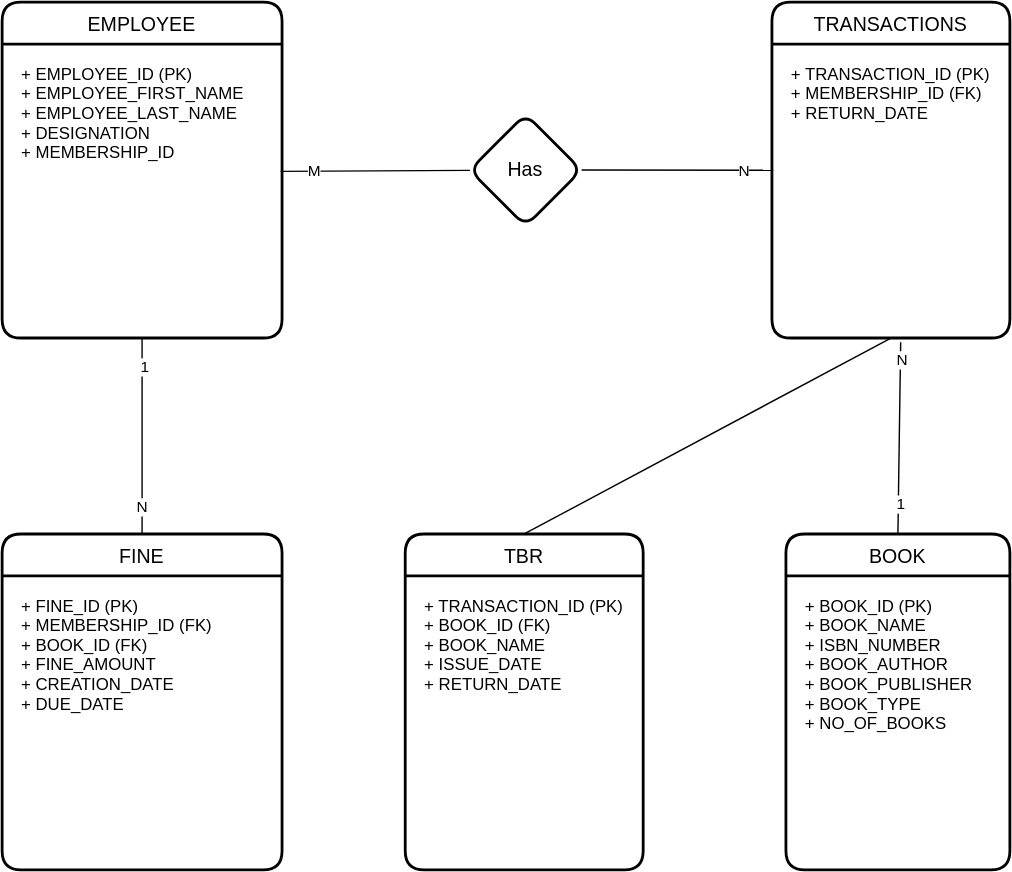
basit-budroo/library-management-system keeps this draw.io diagram as diagrams/Database Design.drawio.svg. Above is the earlier version. Source tidied: cells renumbered, new cells last; positions are measured from the earlier drawing's top-left corner, leaving out a move shared by most shapes.
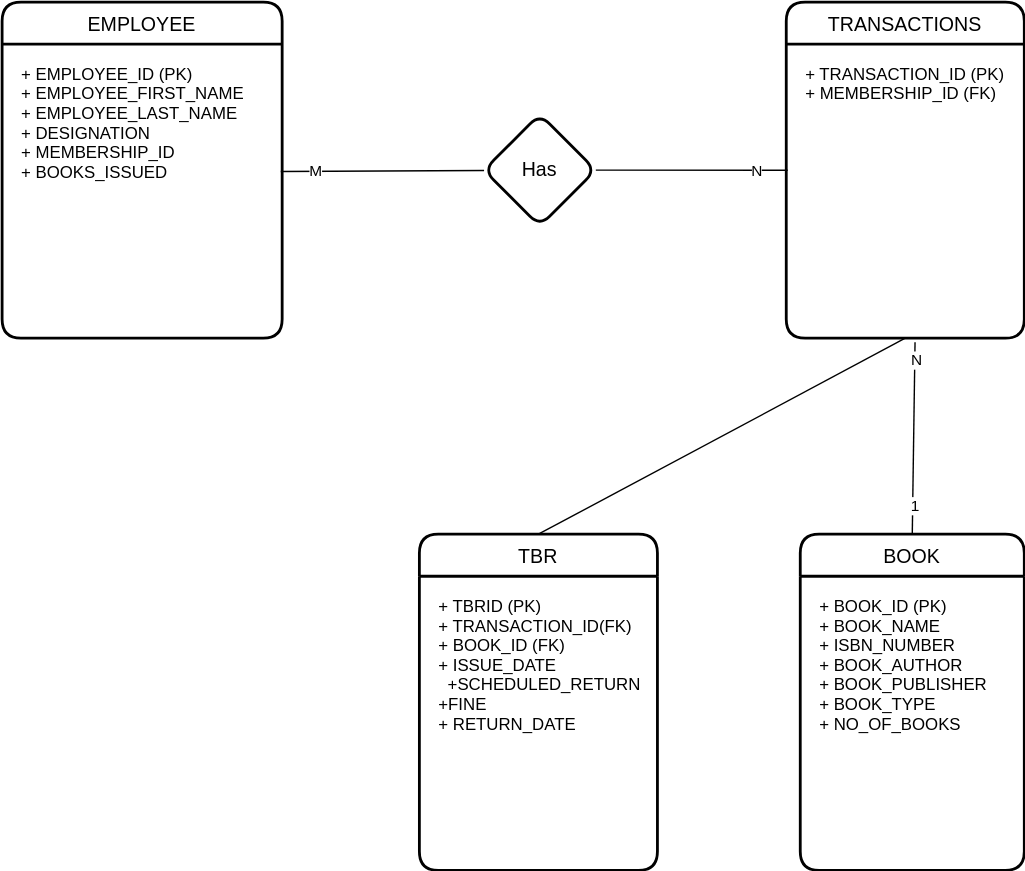
The same file after the commit.

Change to the diagram source:
```diff
@@ -3,15 +3,15 @@
     <mxCell id="0" />
     <mxCell id="1" parent="0" />
     <mxCell id="2" value="EMPLOYEE" style="swimlane;horizontal=1;startSize=30;rounded=1;fontSize=14;fontStyle=0;strokeWidth=2;shadow=0;dashed=0;align=center;" parent="1" vertex="1">
-      <mxGeometry width="200" height="240" as="geometry" />
+      <mxGeometry x="-10" width="200" height="240" as="geometry" />
     </mxCell>
-    <mxCell id="3" value="+ EMPLOYEE_ID (PK)&#10;+ EMPLOYEE_FIRST_NAME&#10;+ EMPLOYEE_LAST_NAME&#10;+ DESIGNATION&#10;+ MEMBERSHIP_ID" style="align=left;strokeColor=none;fillColor=none;spacingLeft=4;fontSize=12;verticalAlign=top;spacing=10;" parent="2" vertex="1">
+    <mxCell id="3" value="+ EMPLOYEE_ID (PK)&#10;+ EMPLOYEE_FIRST_NAME&#10;+ EMPLOYEE_LAST_NAME&#10;+ DESIGNATION&#10;+ MEMBERSHIP_ID&#10;+ BOOKS_ISSUED" style="align=left;strokeColor=none;fillColor=none;spacingLeft=4;fontSize=12;verticalAlign=top;spacing=10;" parent="2" vertex="1">
       <mxGeometry y="30" width="200" height="210" as="geometry" />
     </mxCell>
     <mxCell id="4" value="TRANSACTIONS" style="swimlane;horizontal=1;startSize=30;rounded=1;fontSize=14;fontStyle=0;strokeWidth=2;shadow=0;dashed=0;align=center;" parent="1" vertex="1">
       <mxGeometry x="550" width="170" height="240" as="geometry" />
     </mxCell>
-    <mxCell id="5" value="+ TRANSACTION_ID (PK)&#10;+ MEMBERSHIP_ID (FK)&#10;+ RETURN_DATE" style="align=left;strokeColor=none;fillColor=none;spacingLeft=4;fontSize=12;verticalAlign=top;spacingTop=0;sketch=1;spacing=10;" parent="4" vertex="1">
+    <mxCell id="5" value="+ TRANSACTION_ID (PK)&#10;+ MEMBERSHIP_ID (FK)" style="align=left;strokeColor=none;fillColor=none;spacingLeft=4;fontSize=12;verticalAlign=top;spacingTop=0;sketch=1;spacing=10;" parent="4" vertex="1">
       <mxGeometry y="30" width="170" height="210" as="geometry" />
     </mxCell>
     <mxCell id="6" value="Has" style="rhombus;whiteSpace=wrap;html=1;fontSize=14;fontStyle=0;startSize=30;rounded=1;strokeWidth=2;shadow=0;dashed=0;" parent="1" vertex="1">
@@ -44,25 +44,10 @@
     <mxCell id="15" value="N" style="edgeLabel;html=1;align=center;verticalAlign=middle;" parent="13" vertex="1">
       <mxGeometry x="0.82" y="-1" relative="1" as="geometry" />
     </mxCell>
-    <mxCell id="16" value="FINE" style="swimlane;horizontal=1;startSize=30;rounded=1;fontSize=14;fontStyle=0;strokeWidth=2;shadow=0;dashed=0;align=center;" parent="1" vertex="1">
-      <mxGeometry y="380" width="200" height="240" as="geometry" />
-    </mxCell>
-    <mxCell id="17" value="+ FINE_ID (PK)&#10;+ MEMBERSHIP_ID (FK)&#10;+ BOOK_ID (FK)&#10;+ FINE_AMOUNT&#10;+ CREATION_DATE&#10;+ DUE_DATE" style="align=left;strokeColor=none;fillColor=none;spacingLeft=4;fontSize=12;verticalAlign=top;spacing=10;" parent="16" vertex="1">
-      <mxGeometry y="30" width="200" height="210" as="geometry" />
-    </mxCell>
-    <mxCell id="18" style="endArrow=none;html=1;rounded=0;exitX=0.5;exitY=0;exitDx=0;exitDy=0;entryX=0.5;entryY=1;entryDx=0;entryDy=0;" parent="1" edge="1" source="16" target="3">
-      <mxGeometry relative="1" as="geometry" />
-    </mxCell>
-    <mxCell id="19" value="1" style="edgeLabel;html=1;align=center;verticalAlign=middle;" parent="18" vertex="1">
-      <mxGeometry x="0.72" y="-1" relative="1" as="geometry" />
-    </mxCell>
-    <mxCell id="20" value="N" style="edgeLabel;html=1;align=center;verticalAlign=middle;" parent="18" vertex="1">
-      <mxGeometry x="-0.72" y="1" relative="1" as="geometry" />
-    </mxCell>
     <mxCell id="21" value="TBR" style="swimlane;horizontal=1;startSize=30;rounded=1;fontSize=14;fontStyle=0;strokeWidth=2;shadow=0;dashed=0;align=center;" parent="1" vertex="1">
       <mxGeometry x="288" y="380" width="170" height="240" as="geometry" />
     </mxCell>
-    <mxCell id="22" value="+ TRANSACTION_ID (PK)&#10;+ BOOK_ID (FK)&#10;+ BOOK_NAME&#10;+ ISSUE_DATE&#10;+ RETURN_DATE" style="align=left;strokeColor=none;fillColor=none;spacingLeft=4;fontSize=12;verticalAlign=top;spacingTop=0;sketch=1;spacing=10;" parent="21" vertex="1">
+    <mxCell id="22" value="+ TBRID (PK)&#10;+ TRANSACTION_ID(FK) &#10;+ BOOK_ID (FK)&#10;+ ISSUE_DATE&#10;  +SCHEDULED_RETURN&#10;+FINE&#10;+ RETURN_DATE" style="align=left;strokeColor=none;fillColor=none;spacingLeft=4;fontSize=12;verticalAlign=top;spacingTop=0;sketch=1;spacing=10;" parent="21" vertex="1">
       <mxGeometry y="30" width="170" height="210" as="geometry" />
     </mxCell>
     <mxCell id="23" style="endArrow=none;html=1;rounded=0;entryX=0.5;entryY=1;entryDx=0;entryDy=0;exitX=0.5;exitY=0;exitDx=0;exitDy=0;" parent="1" edge="1" source="21" target="5">
```
